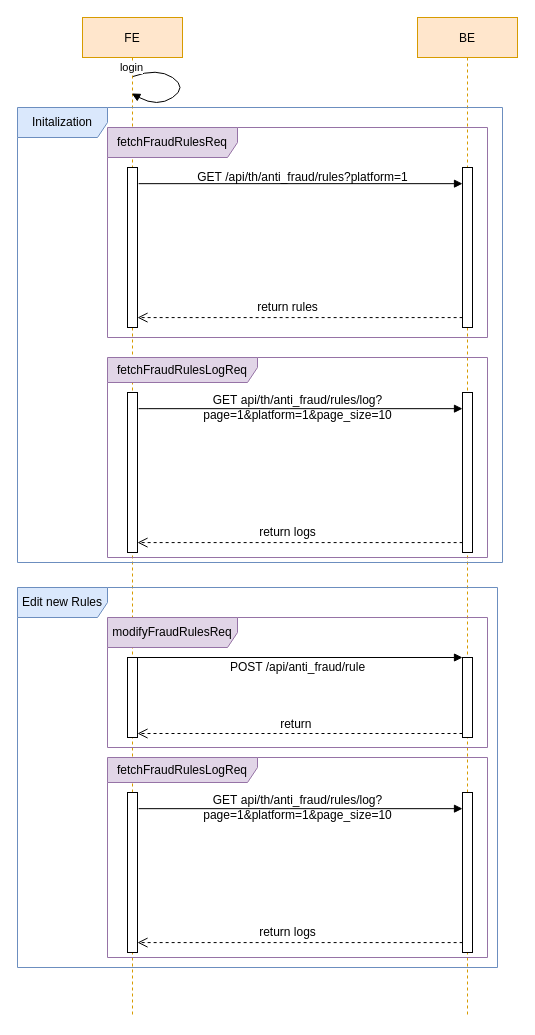
The draw.io diagram page "Fraud limit" (6 of 6) of Admin/admin.drawio in junhong2021/Hotel-, before the edit. Source tidied: cells renumbered, new cells numbered last; positions are measured from the earlier drawing's top-left corner, leaving out a move shared by most shapes. Both pictures are drawn from the tidied source at 100%, with x=0, y=0 at pixel (17, 17).
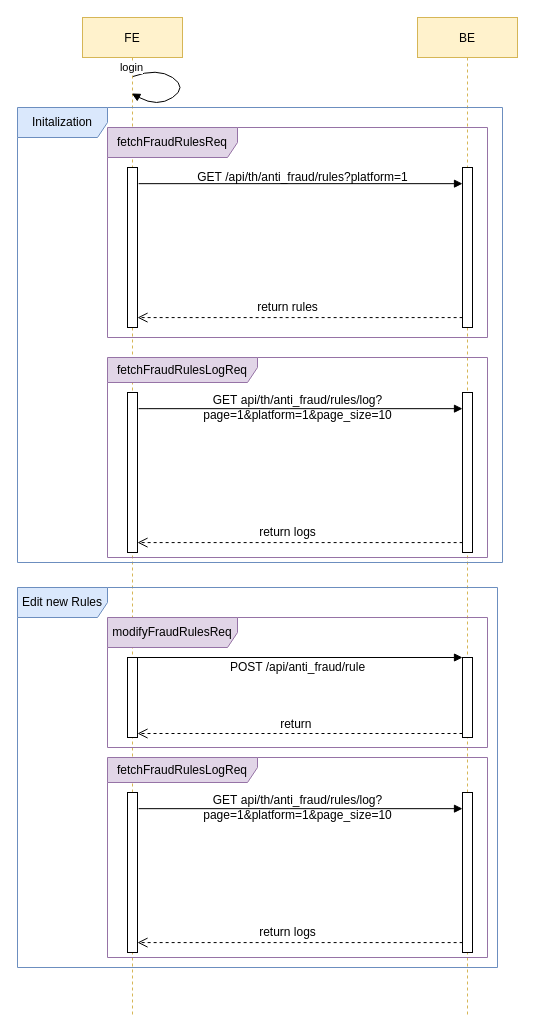
The same page after the edit.

What changed in the source:
```diff
@@
-    <mxCell id="2" value="FE" style="shape=umlLifeline;perimeter=lifelinePerimeter;rounded=0;shadow=0;strokeWidth=1;fillColor=#ffe6cc;strokeColor=#d79b00;" parent="1" vertex="1">
+    <mxCell id="2" value="FE" style="shape=umlLifeline;perimeter=lifelinePerimeter;rounded=0;shadow=0;strokeWidth=1;fillColor=#fff2cc;strokeColor=#d6b656;" parent="1" vertex="1">
       <mxGeometry x="65" width="100" height="1000" as="geometry" />
     </mxCell>
-    <mxCell id="3" value="BE" style="shape=umlLifeline;perimeter=lifelinePerimeter;rounded=0;shadow=0;strokeWidth=1;fillColor=#ffe6cc;strokeColor=#d79b00;" parent="1" vertex="1">
+    <mxCell id="3" value="BE" style="shape=umlLifeline;perimeter=lifelinePerimeter;rounded=0;shadow=0;strokeWidth=1;fillColor=#fff2cc;strokeColor=#d6b656;" parent="1" vertex="1">
       <mxGeometry x="400" width="100" height="1000" as="geometry" />
     </mxCell>
```
